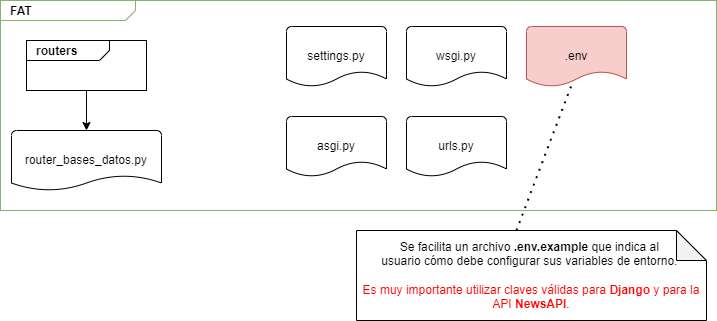
Earlier version of the draw.io export docs/latex/img/img_anex_11_diagrama_paquetes_2.png (rmt0009alu/FAT). Source tidied: cells renumbered, new cells last; positions are measured from the earlier drawing's top-left corner, leaving out a move shared by most shapes.
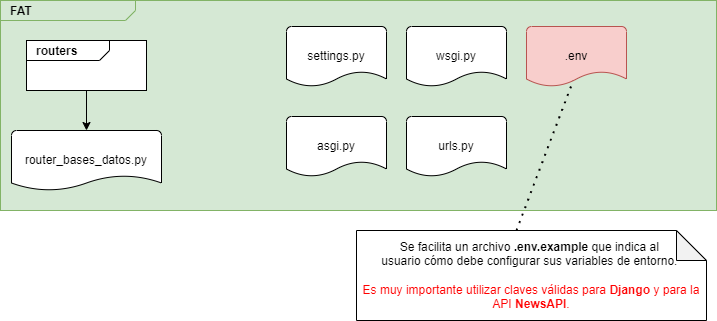
The same file after the commit.

Diff of the diagram source:
```diff
@@ -2,7 +2,7 @@
   <root>
     <mxCell id="0" />
     <mxCell id="1" parent="0" />
-    <mxCell id="2" value="&lt;p style=&quot;margin:0px;margin-top:4px;margin-left:10px;text-align:left;&quot;&gt;&lt;b&gt;FAT&lt;/b&gt;&lt;/p&gt;" style="html=1;shape=mxgraph.sysml.package;align=left;spacingLeft=5;verticalAlign=top;spacingTop=-3;labelX=135;html=1;overflow=fill;fillColor=#FFFFFF;strokeColor=#82b366;" parent="1" vertex="1">
+    <mxCell id="2" value="&lt;p style=&quot;margin:0px;margin-top:4px;margin-left:10px;text-align:left;&quot;&gt;&lt;b&gt;FAT&lt;/b&gt;&lt;/p&gt;" style="html=1;shape=mxgraph.sysml.package;align=left;spacingLeft=5;verticalAlign=top;spacingTop=-3;labelX=135;html=1;overflow=fill;fillColor=#d5e8d4;strokeColor=#82b366;" parent="1" vertex="1">
       <mxGeometry width="716" height="210" as="geometry" />
     </mxCell>
     <mxCell id="3" value="&lt;p style=&quot;margin:0px;margin-top:4px;margin-left:10px;text-align:left;&quot;&gt;&lt;b&gt;routers&lt;/b&gt;&lt;/p&gt;" style="html=1;shape=mxgraph.sysml.package;align=left;spacingLeft=5;verticalAlign=top;spacingTop=-3;labelX=83;html=1;overflow=fill;" parent="1" vertex="1">
```
